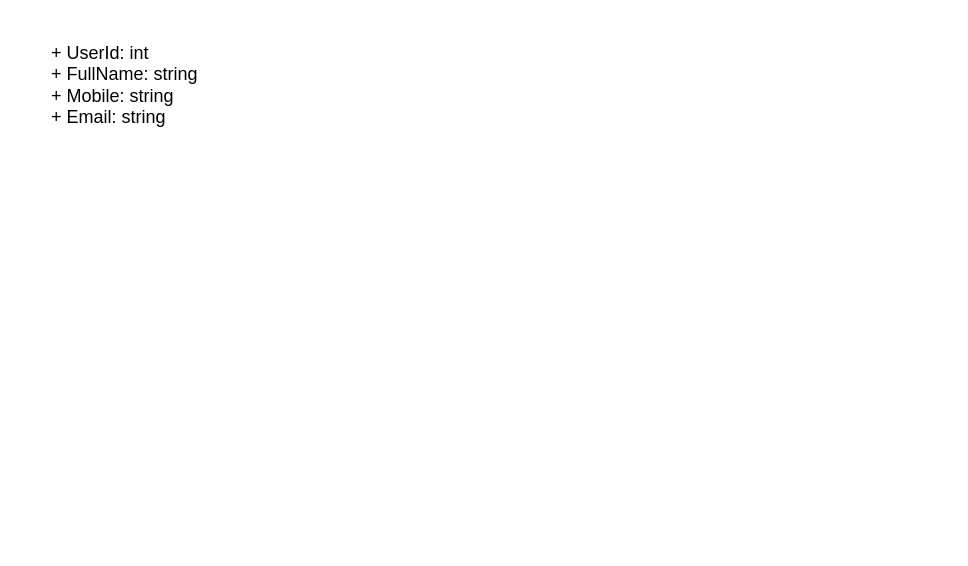
Before: Console App/Bus Ticket Booking & Billing System/plan.drawio in Ismail-Upal/ASP.NET-Core, a draw.io diagram. Source tidied: cells renumbered, new cells numbered last; positions are measured from the earlier drawing's top-left corner, leaving out a move shared by most shapes. Both pictures are drawn from the tidied source at 150%, with x=0, y=0 at pixel (42, 32).
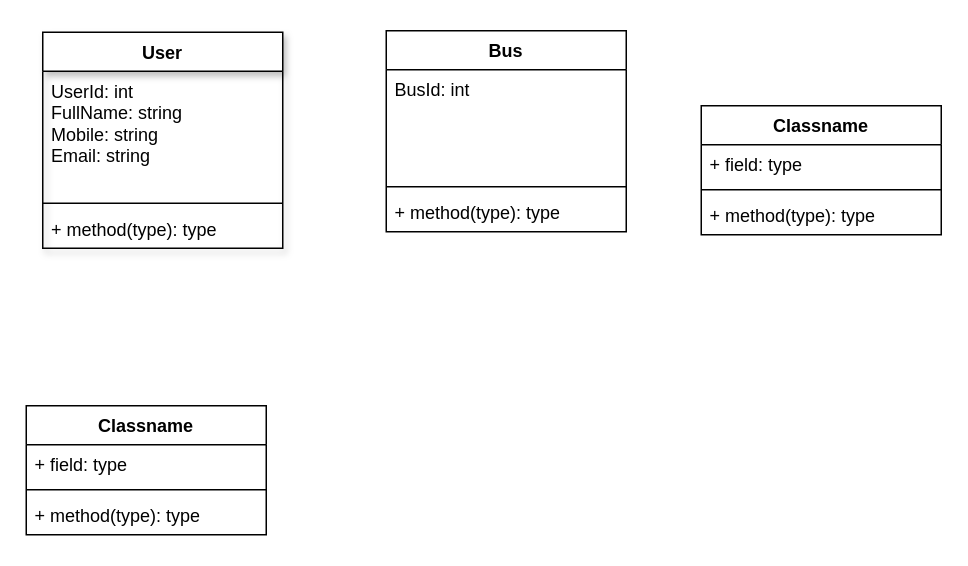
The same page after the edit.

What changed in the source:
```diff
@@
 <mxGraphModel>
   <root>
     <mxCell id="0" />
     <mxCell id="1" parent="0" />
-    <mxCell id="2" value="+ UserId: int&lt;div&gt;+ FullName: string&lt;/div&gt;&lt;div&gt;+ Mobile: string&lt;/div&gt;&lt;div&gt;+ Email: string&lt;/div&gt;" style="text;strokeColor=none;fillColor=none;align=left;verticalAlign=top;spacingLeft=4;spacingRight=4;overflow=hidden;whiteSpace=wrap;html=1;" parent="1" vertex="1">
-      <mxGeometry width="160" height="64" as="geometry" />
+    <mxCell id="2" value="User" style="swimlane;fontStyle=1;align=center;verticalAlign=top;horizontal=1;startSize=26;whiteSpace=wrap;html=1;glass=0;shadow=1;rounded=0;" parent="1" vertex="1">
+      <mxGeometry width="160" height="144" as="geometry" />
     </mxCell>
+    <mxCell id="3" value="UserId: int&lt;div&gt;FullName: string&lt;/div&gt;&lt;div&gt;Mobile: string&lt;/div&gt;&lt;div&gt;Email: string&lt;/div&gt;" style="text;strokeColor=none;fillColor=none;align=left;verticalAlign=top;spacingLeft=4;spacingRight=4;overflow=hidden;whiteSpace=wrap;html=1;" parent="2" vertex="1">
+      <mxGeometry y="26" width="160" height="84" as="geometry" />
+    </mxCell>
+    <mxCell id="4" style="line;strokeWidth=1;fillColor=none;align=left;verticalAlign=middle;spacingTop=-1;spacingLeft=3;spacingRight=3;labelPosition=right;strokeColor=inherit;" parent="2" vertex="1">
+      <mxGeometry y="110" width="160" height="8" as="geometry" />
+    </mxCell>
+    <mxCell id="5" value="+ method(type): type" style="text;strokeColor=none;fillColor=none;align=left;verticalAlign=top;spacingLeft=4;spacingRight=4;overflow=hidden;whiteSpace=wrap;html=1;" parent="2" vertex="1">
+      <mxGeometry y="118" width="160" height="26" as="geometry" />
+    </mxCell>
+    <mxCell id="6" value="Bus" style="swimlane;fontStyle=1;align=center;verticalAlign=top;horizontal=1;startSize=26;whiteSpace=wrap;html=1;" parent="1" vertex="1">
+      <mxGeometry x="229" y="-1" width="160" height="134" as="geometry" />
+    </mxCell>
+    <mxCell id="7" value="BusId: int&lt;div&gt;&lt;br&gt;&lt;/div&gt;" style="text;strokeColor=none;fillColor=none;align=left;verticalAlign=top;spacingLeft=4;spacingRight=4;overflow=hidden;whiteSpace=wrap;html=1;" parent="6" vertex="1">
+      <mxGeometry y="26" width="160" height="74" as="geometry" />
+    </mxCell>
+    <mxCell id="8" style="line;strokeWidth=1;fillColor=none;align=left;verticalAlign=middle;spacingTop=-1;spacingLeft=3;spacingRight=3;labelPosition=right;strokeColor=inherit;" parent="6" vertex="1">
+      <mxGeometry y="100" width="160" height="8" as="geometry" />
+    </mxCell>
+    <mxCell id="9" value="+ method(type): type" style="text;strokeColor=none;fillColor=none;align=left;verticalAlign=top;spacingLeft=4;spacingRight=4;overflow=hidden;whiteSpace=wrap;html=1;" parent="6" vertex="1">
+      <mxGeometry y="108" width="160" height="26" as="geometry" />
+    </mxCell>
+    <mxCell id="10" value="Classname" style="swimlane;fontStyle=1;align=center;verticalAlign=top;horizontal=1;startSize=26;whiteSpace=wrap;html=1;" parent="1" vertex="1">
+      <mxGeometry x="439" y="49" width="160" height="86" as="geometry" />
+    </mxCell>
+    <mxCell id="11" value="+ field: type" style="text;strokeColor=none;fillColor=none;align=left;verticalAlign=top;spacingLeft=4;spacingRight=4;overflow=hidden;whiteSpace=wrap;html=1;" parent="10" vertex="1">
+      <mxGeometry y="26" width="160" height="26" as="geometry" />
+    </mxCell>
+    <mxCell id="12" style="line;strokeWidth=1;fillColor=none;align=left;verticalAlign=middle;spacingTop=-1;spacingLeft=3;spacingRight=3;labelPosition=right;strokeColor=inherit;" parent="10" vertex="1">
+      <mxGeometry y="52" width="160" height="8" as="geometry" />
+    </mxCell>
+    <mxCell id="13" value="+ method(type): type" style="text;strokeColor=none;fillColor=none;align=left;verticalAlign=top;spacingLeft=4;spacingRight=4;overflow=hidden;whiteSpace=wrap;html=1;" parent="10" vertex="1">
+      <mxGeometry y="60" width="160" height="26" as="geometry" />
+    </mxCell>
+    <mxCell id="14" value="Classname" style="swimlane;fontStyle=1;align=center;verticalAlign=top;horizontal=1;startSize=26;whiteSpace=wrap;html=1;" parent="1" vertex="1">
+      <mxGeometry x="-11" y="249" width="160" height="86" as="geometry" />
+    </mxCell>
+    <mxCell id="15" value="+ field: type" style="text;strokeColor=none;fillColor=none;align=left;verticalAlign=top;spacingLeft=4;spacingRight=4;overflow=hidden;whiteSpace=wrap;html=1;" parent="14" vertex="1">
+      <mxGeometry y="26" width="160" height="26" as="geometry" />
+    </mxCell>
+    <mxCell id="16" style="line;strokeWidth=1;fillColor=none;align=left;verticalAlign=middle;spacingTop=-1;spacingLeft=3;spacingRight=3;labelPosition=right;strokeColor=inherit;" parent="14" vertex="1">
+      <mxGeometry y="52" width="160" height="8" as="geometry" />
+    </mxCell>
+    <mxCell id="17" value="+ method(type): type" style="text;strokeColor=none;fillColor=none;align=left;verticalAlign=top;spacingLeft=4;spacingRight=4;overflow=hidden;whiteSpace=wrap;html=1;" parent="14" vertex="1">
+      <mxGeometry y="60" width="160" height="26" as="geometry" />
+    </mxCell>
   </root>
 </mxGraphModel>
```
